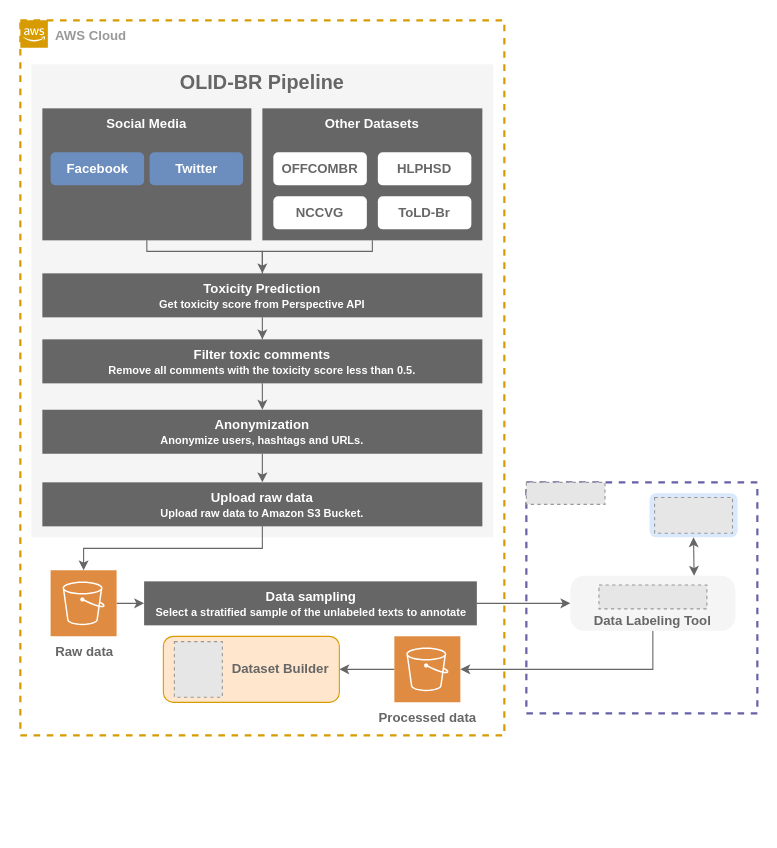
Above: page "data-pipeline-v2" (4 of 6) of docs/diagrams/diagrams.drawio in DougTrajano/olid-br (draw.io), before the change. Source tidied: cells renumbered, new cells numbered last; positions are measured from the earlier drawing's top-left corner, leaving out a move shared by most shapes. Both pictures are drawn from the tidied source at 110%, with x=0, y=0 at pixel (20, 20). Pictures stored in the file or linked from it are replaced by grey dashed boxes.
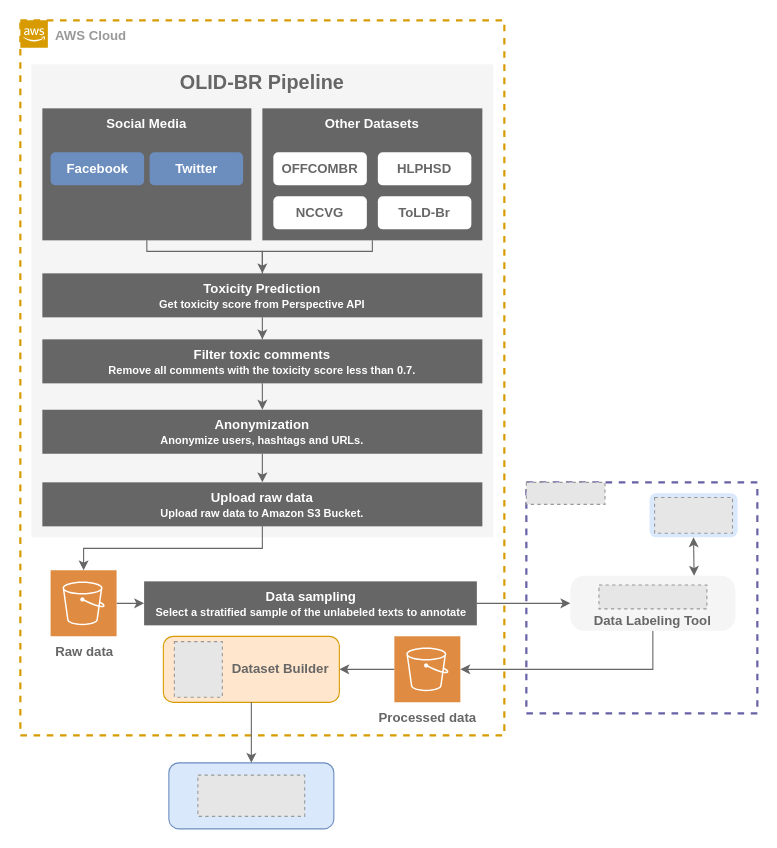
The same page after the edit.

Unchanged cells that the change refers to:
```xml
<mxCell id="27" value="&lt;font color=&quot;#666666&quot;&gt;&lt;span style=&quot;white-space: pre&quot;&gt;&#9;&lt;/span&gt;&lt;span style=&quot;white-space: pre&quot;&gt;&#9;&lt;/span&gt;Dataset Builder&lt;/font&gt;" style="rounded=1;whiteSpace=wrap;html=1;verticalAlign=middle;fontStyle=1;fillColor=#ffe6cc;strokeColor=#d79b00;" parent="26" vertex="1">
  <mxGeometry width="160" height="60" as="geometry" />
</mxCell>
```

The edit, as a diff of the source:
```diff
@@
-    <mxCell id="32" value="Filter toxic comments&lt;br&gt;&lt;font style=&quot;font-size: 10px&quot;&gt;Remove all comments with the toxicity score less than 0.5.&lt;/font&gt;" style="rounded=0;whiteSpace=wrap;html=1;fillColor=#666666;fontColor=#FFFFFF;strokeColor=none;verticalAlign=top;fontStyle=1;" parent="1" vertex="1">
+    <mxCell id="32" value="Filter toxic comments&lt;br&gt;&lt;font style=&quot;font-size: 10px&quot;&gt;Remove all comments with the toxicity score less than 0.7.&lt;/font&gt;" style="rounded=0;whiteSpace=wrap;html=1;fillColor=#666666;fontColor=#FFFFFF;strokeColor=none;verticalAlign=top;fontStyle=1;" parent="1" vertex="1">
       <mxGeometry x="20" y="290" width="400" height="40" as="geometry" />
     </mxCell>
@@
+    <mxCell id="41" style="group;" parent="1" vertex="1">
+      <mxGeometry x="135" y="675" width="150" height="60" as="geometry" />
+    </mxCell>
+    <mxCell id="42" style="rounded=1;whiteSpace=wrap;html=1;fillColor=#dae8fc;strokeColor=#6c8ebf;" parent="41" vertex="1">
+      <mxGeometry width="150" height="60" as="geometry" />
+    </mxCell>
+    <mxCell id="43" style="fillColor=#E6E6E6;strokeColor=#999999;dashed=1;verticalLabelPosition=bottom;labelBackgroundColor=default;verticalAlign=top;" parent="41" vertex="1">
+      <mxGeometry x="26.4" y="11.2" width="97.1" height="37.5" as="geometry" />
+    </mxCell>
+    <mxCell id="44" style="edgeStyle=orthogonalEdgeStyle;rounded=0;jettySize=auto;html=1;exitX=0.5;exitY=1;exitDx=0;exitDy=0;entryX=0.5;entryY=0;entryDx=0;entryDy=0;fillColor=#f5f5f5;strokeColor=#666666;" parent="1" edge="1" source="27" target="42">
+      <mxGeometry relative="1" as="geometry" />
+    </mxCell>
```
